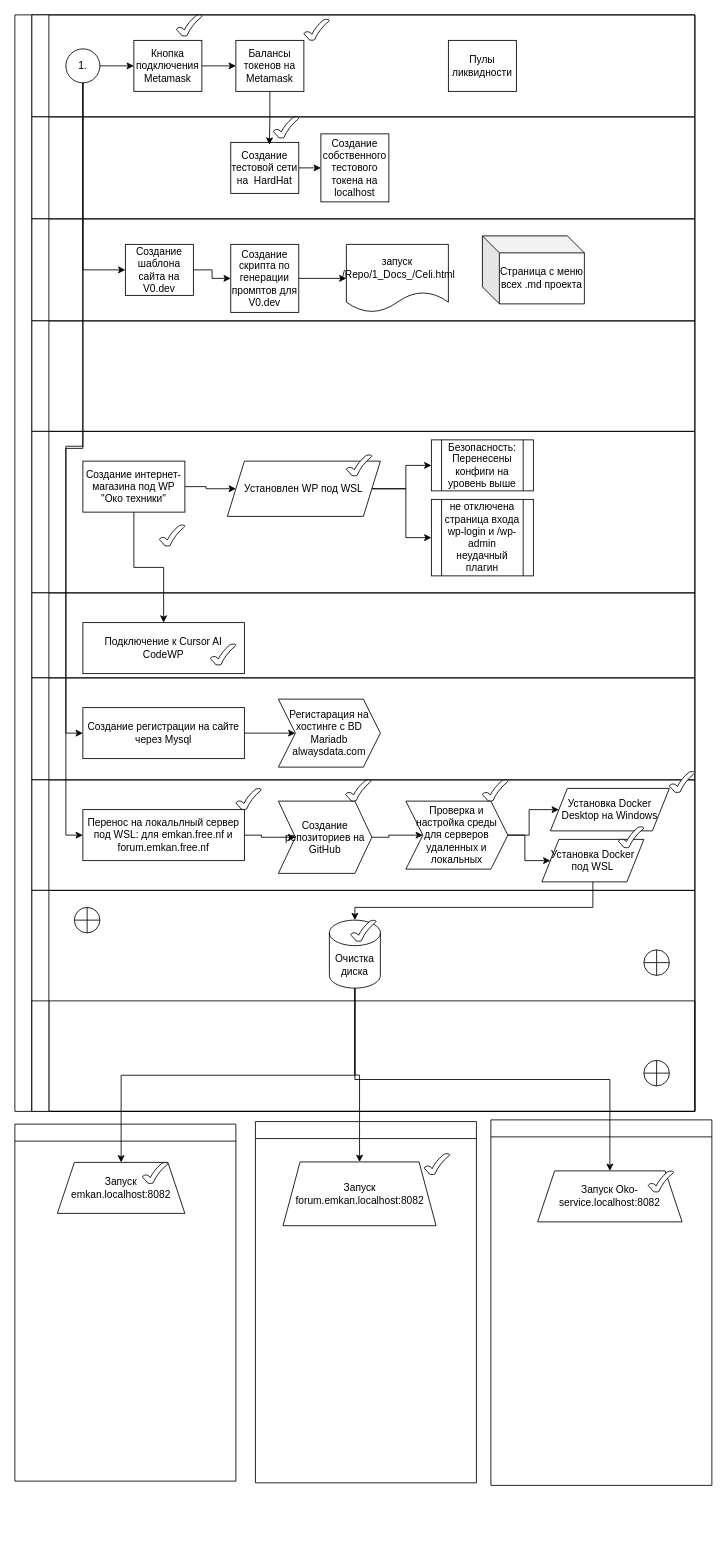
Earlier version of the draw.io diagram ЖИЦЗО.drawio (ElvenRivendil/Diagrams_blocks_algoritms). Source tidied: cells renumbered, new cells numbered last; positions are measured from the earlier drawing's top-left corner, leaving out a move shared by most shapes. Both pictures are drawn from the tidied source at 85%, with x=0, y=0 at pixel (-54, 14).
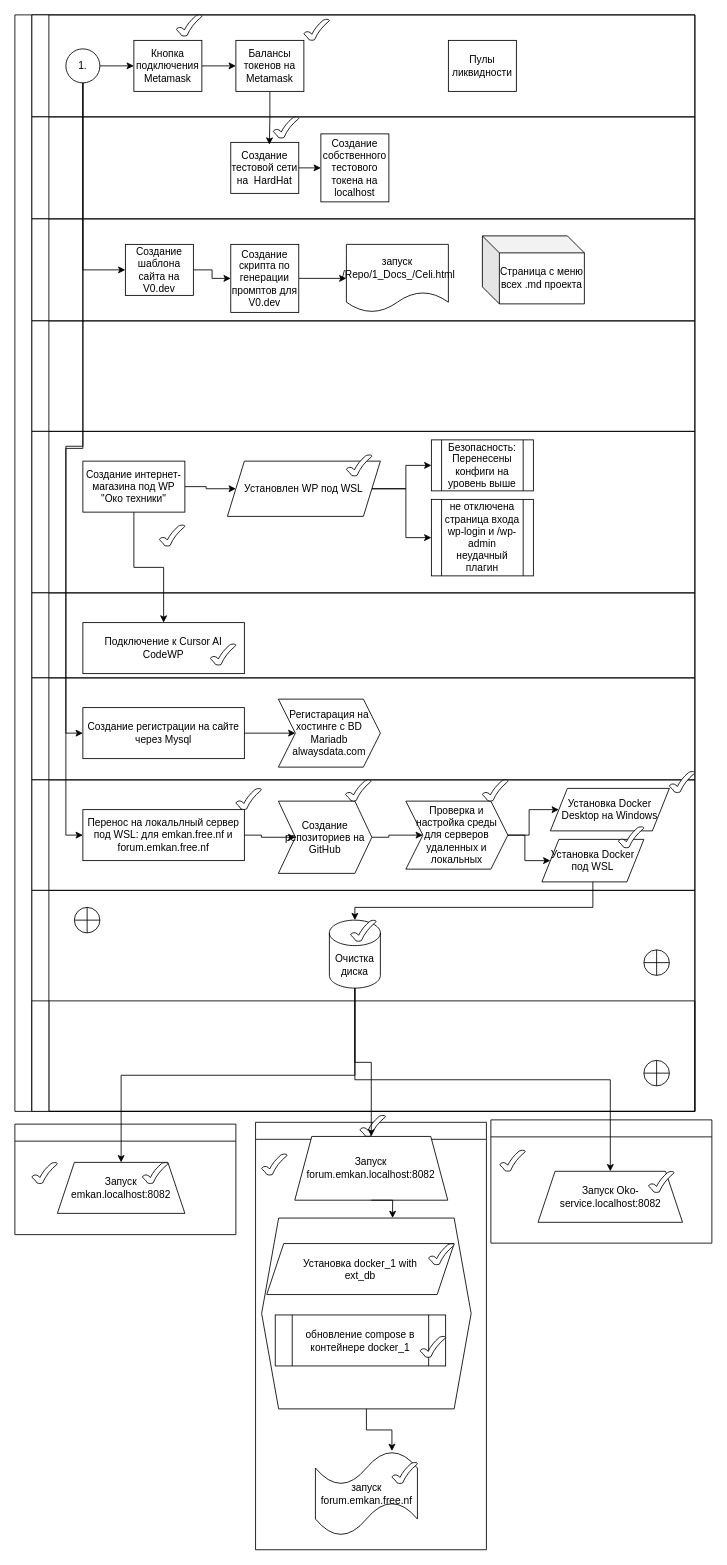
Above is the later version.

The edit, as a diff of the source:
```diff
@@
     <mxCell id="73" style="swimlane;html=1;startSize=20;horizontal=0;rotation=90;" parent="1" vertex="1">
-      <mxGeometry y="1385" width="420" height="260" as="geometry" />
+      <mxGeometry x="145" y="1240" width="130" height="260" as="geometry" />
     </mxCell>
     <mxCell id="74" value="Запуск emkan.localhost:8082" style="shape=trapezoid;perimeter=trapezoidPerimeter;whiteSpace=wrap;html=1;fixedSize=1;" parent="73" vertex="1">
-      <mxGeometry x="130" y="-35" width="150" height="60" as="geometry" />
+      <mxGeometry x="-15" y="110" width="150" height="60" as="geometry" />
     </mxCell>
     <mxCell id="75" style="verticalLabelPosition=bottom;verticalAlign=top;html=1;shape=mxgraph.basic.tick;" parent="73" vertex="1">
-      <mxGeometry x="230" y="-35" width="30" height="25" as="geometry" />
+      <mxGeometry x="85" y="110" width="30" height="25" as="geometry" />
     </mxCell>
+    <mxCell id="85" style="verticalLabelPosition=bottom;verticalAlign=top;html=1;shape=mxgraph.basic.tick;" parent="73" vertex="1">
+      <mxGeometry x="-45" y="110" width="30" height="25" as="geometry" />
+    </mxCell>
     <mxCell id="76" style="swimlane;html=1;startSize=20;horizontal=0;rotation=90;" parent="1" vertex="1">
-      <mxGeometry x="280.5" y="1384.5" width="425" height="260" as="geometry" />
+      <mxGeometry x="247.5" y="1418.5" width="502.9" height="271.6" as="geometry" />
     </mxCell>
     <mxCell id="77" value="Запуск forum.emkan.localhost:8082" style="shape=trapezoid;perimeter=trapezoidPerimeter;whiteSpace=wrap;html=1;fixedSize=1;" parent="76" vertex="1">
-      <mxGeometry x="115" y="-35" width="180" height="75" as="geometry" />
+      <mxGeometry x="161.8" y="-99" width="180" height="75" as="geometry" />
     </mxCell>
     <mxCell id="78" style="verticalLabelPosition=bottom;verticalAlign=top;html=1;shape=mxgraph.basic.tick;" parent="76" vertex="1">
-      <mxGeometry x="281" y="-45" width="30" height="25" as="geometry" />
+      <mxGeometry x="238.5" y="-124" width="30" height="25" as="geometry" />
     </mxCell>
+    <mxCell id="86" style="group;" parent="76" vertex="1">
+      <mxGeometry x="122.8" y="-3" width="246.5" height="224.5" as="geometry" />
+    </mxCell>
+    <mxCell id="87" style="shape=hexagon;perimeter=hexagonPerimeter2;whiteSpace=wrap;html=1;fixedSize=1;" parent="86" vertex="1">
+      <mxGeometry width="246.5" height="224.5" as="geometry" />
+    </mxCell>
+    <mxCell id="88" value="Установка docker_1 with &lt;br&gt;ext_db" style="shape=parallelogram;perimeter=parallelogramPerimeter;whiteSpace=wrap;html=1;fixedSize=1;" parent="86" vertex="1">
+      <mxGeometry x="6" y="30" width="220.5" height="60" as="geometry" />
+    </mxCell>
+    <mxCell id="89" value="обновление compose в контейнере docker_1" style="shape=process;whiteSpace=wrap;html=1;backgroundOutline=1;" parent="86" vertex="1">
+      <mxGeometry x="16" y="114" width="200.5" height="60" as="geometry" />
+    </mxCell>
+    <mxCell id="90" style="verticalLabelPosition=bottom;verticalAlign=top;html=1;shape=mxgraph.basic.tick;" parent="86" vertex="1">
+      <mxGeometry x="186.5" y="139" width="30" height="25" as="geometry" />
+    </mxCell>
+    <mxCell id="91" style="verticalLabelPosition=bottom;verticalAlign=top;html=1;shape=mxgraph.basic.tick;" parent="86" vertex="1">
+      <mxGeometry x="196.5" y="30" width="30" height="25" as="geometry" />
+    </mxCell>
+    <mxCell id="92" style="edgeStyle=orthogonalEdgeStyle;rounded=0;jettySize=auto;html=1;exitX=0.5;exitY=1;exitDx=0;exitDy=0;entryX=0.625;entryY=0;entryDx=0;entryDy=0;" parent="76" edge="1" source="77" target="87">
+      <mxGeometry relative="1" as="geometry" />
+    </mxCell>
+    <mxCell id="93" value="запуск forum.emkan.free.nf" style="shape=tape;whiteSpace=wrap;html=1;" parent="76" vertex="1">
+      <mxGeometry x="186.1" y="271.1" width="120" height="100" as="geometry" />
+    </mxCell>
+    <mxCell id="94" style="verticalLabelPosition=bottom;verticalAlign=top;html=1;shape=mxgraph.basic.tick;" parent="76" vertex="1">
+      <mxGeometry x="276.1" y="284.4" width="30" height="25" as="geometry" />
+    </mxCell>
+    <mxCell id="95" style="edgeStyle=orthogonalEdgeStyle;rounded=0;jettySize=auto;html=1;exitX=0.5;exitY=1;exitDx=0;exitDy=0;entryX=0.75;entryY=0;entryDx=0;entryDy=0;entryPerimeter=0;" parent="76" edge="1" source="87" target="93">
+      <mxGeometry relative="1" as="geometry" />
+    </mxCell>
+    <mxCell id="96" style="verticalLabelPosition=bottom;verticalAlign=top;html=1;shape=mxgraph.basic.tick;" parent="76" vertex="1">
+      <mxGeometry x="122.8" y="-78.5" width="30" height="25" as="geometry" />
+    </mxCell>
     <mxCell id="79" style="swimlane;html=1;startSize=20;horizontal=0;rotation=90;" parent="1" vertex="1">
-      <mxGeometry x="555" y="1385" width="430" height="260" as="geometry" />
+      <mxGeometry x="697.5" y="1242.5" width="145" height="260" as="geometry" />
     </mxCell>
     <mxCell id="80" value="Запуск Oko-service.localhost:8082" style="shape=trapezoid;perimeter=trapezoidPerimeter;whiteSpace=wrap;html=1;fixedSize=1;" parent="79" vertex="1">
-      <mxGeometry x="140" y="-25" width="170" height="60" as="geometry" />
+      <mxGeometry x="-2" y="118" width="170" height="60" as="geometry" />
     </mxCell>
     <mxCell id="81" style="verticalLabelPosition=bottom;verticalAlign=top;html=1;shape=mxgraph.basic.tick;" parent="79" vertex="1">
-      <mxGeometry x="270" y="-25" width="30" height="25" as="geometry" />
+      <mxGeometry x="128" y="118" width="30" height="25" as="geometry" />
     </mxCell>
+    <mxCell id="97" style="verticalLabelPosition=bottom;verticalAlign=top;html=1;shape=mxgraph.basic.tick;" parent="79" vertex="1">
+      <mxGeometry x="-47" y="93" width="30" height="25" as="geometry" />
+    </mxCell>
```
